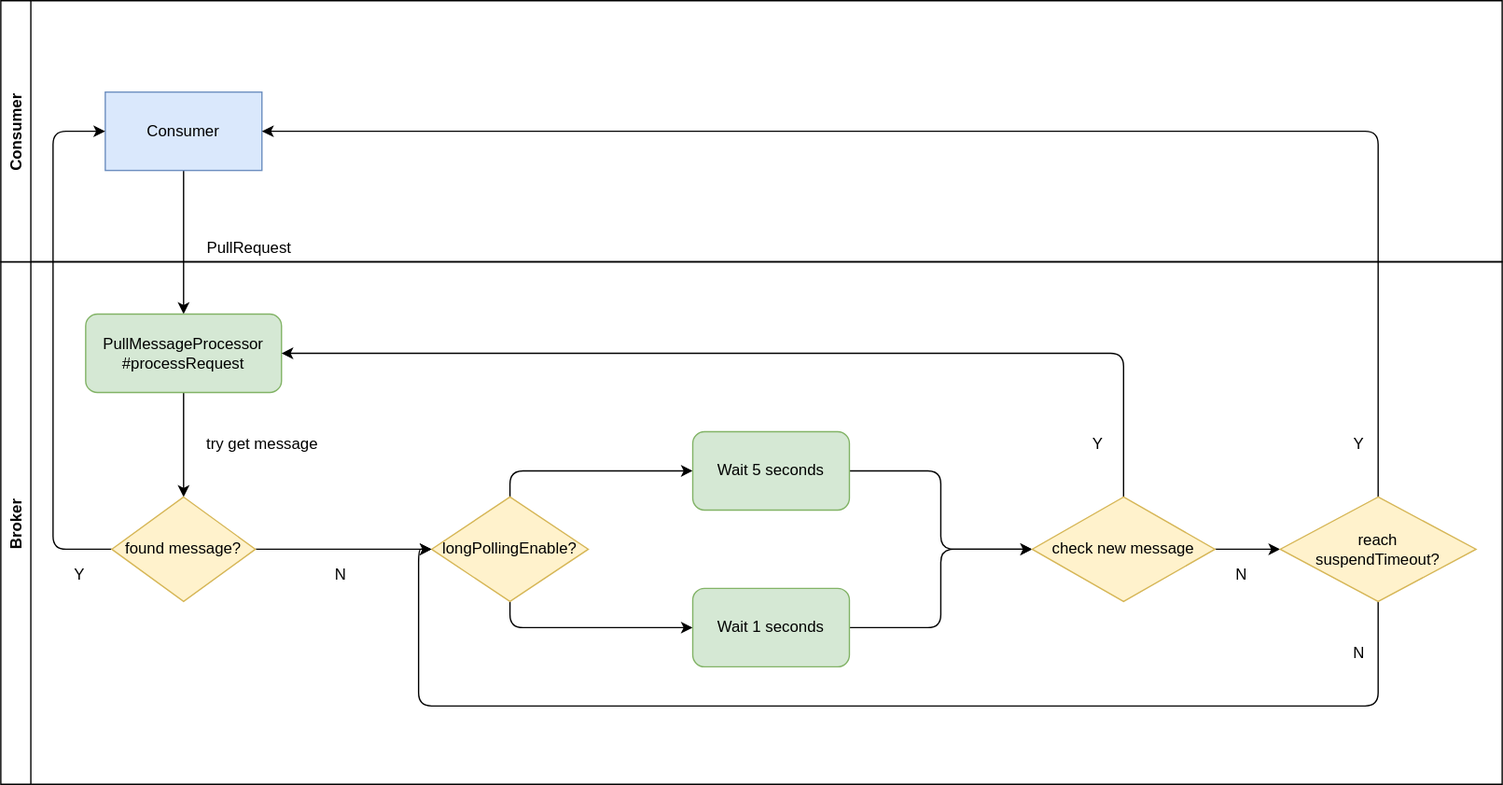
The draw.io diagram rocketmq/consume/long_polling_activity.drawio.svg in HScarb/drawio-diagrams, before a commit. Source tidied: cells renumbered, new cells last; positions are measured from the earlier drawing's top-left corner, leaving out a move shared by most shapes.
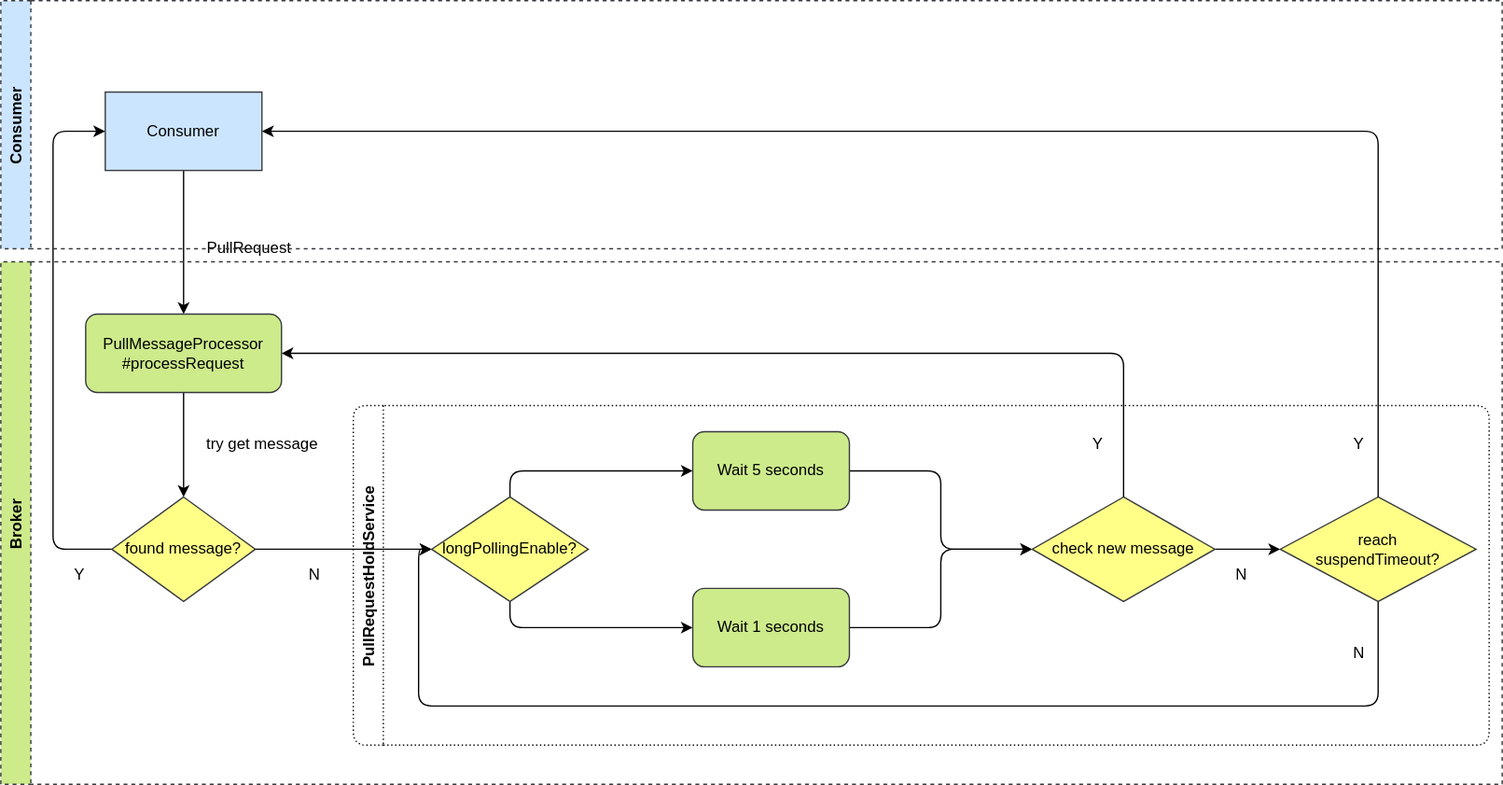
After the change.

Change to the diagram source:
```diff
@@ -5,7 +5,7 @@
     <mxCell id="2" style="edgeStyle=none;html=1;entryX=0.5;entryY=0;entryDx=0;entryDy=0;" parent="1" edge="1" source="3" target="15">
       <mxGeometry relative="1" as="geometry" />
     </mxCell>
-    <mxCell id="3" value="Consumer" style="rounded=0;whiteSpace=wrap;html=1;fillColor=#dae8fc;strokeColor=#6c8ebf;" parent="1" vertex="1">
+    <mxCell id="3" value="Consumer" style="rounded=0;whiteSpace=wrap;html=1;fillColor=#cce5ff;strokeColor=#36393d;" parent="1" vertex="1">
       <mxGeometry x="80" y="70" width="120" height="60" as="geometry" />
     </mxCell>
     <mxCell id="4" value="PullRequest" style="text;html=1;align=center;verticalAlign=middle;strokeColor=none;" parent="1" vertex="1">
@@ -22,15 +22,9 @@
         </Array>
       </mxGeometry>
     </mxCell>
-    <mxCell id="7" style="edgeStyle=orthogonalEdgeStyle;html=1;exitX=1;exitY=0.5;exitDx=0;exitDy=0;entryX=0;entryY=0.5;entryDx=0;entryDy=0;" parent="1" edge="1" source="8" target="14">
-      <mxGeometry relative="1" as="geometry" />
-    </mxCell>
-    <mxCell id="8" value="found message?" style="rhombus;whiteSpace=wrap;html=1;fillColor=#fff2cc;strokeColor=#d6b656;" parent="1" vertex="1">
+    <mxCell id="8" value="found message?" style="rhombus;whiteSpace=wrap;html=1;fillColor=#ffff88;strokeColor=#36393d;" parent="1" vertex="1">
       <mxGeometry x="85" y="380" width="110" height="80" as="geometry" />
     </mxCell>
-    <mxCell id="9" value="N" style="text;html=1;align=center;verticalAlign=middle;strokeColor=none;" parent="1" vertex="1">
-      <mxGeometry x="250" y="430" width="20" height="20" as="geometry" />
-    </mxCell>
     <mxCell id="10" value="try get message" style="text;html=1;align=center;verticalAlign=middle;strokeColor=none;" parent="1" vertex="1">
       <mxGeometry x="150" y="330" width="100" height="20" as="geometry" />
     </mxCell>
@@ -43,36 +37,28 @@
     <mxCell id="13" style="edgeStyle=orthogonalEdgeStyle;html=1;exitX=0.5;exitY=1;exitDx=0;exitDy=0;entryX=0;entryY=0.5;entryDx=0;entryDy=0;" parent="1" edge="1" source="14" target="19">
       <mxGeometry relative="1" as="geometry" />
     </mxCell>
-    <mxCell id="14" value="longPollingEnable?" style="rhombus;whiteSpace=wrap;html=1;fillColor=#fff2cc;strokeColor=#d6b656;" parent="1" vertex="1">
+    <mxCell id="14" value="longPollingEnable?" style="rhombus;whiteSpace=wrap;html=1;fillColor=#ffff88;strokeColor=#36393d;" parent="1" vertex="1">
       <mxGeometry x="330" y="380" width="120" height="80" as="geometry" />
     </mxCell>
-    <mxCell id="15" value="&lt;span&gt;PullMessageProcessor&lt;/span&gt;&lt;br&gt;&lt;span&gt;#processRequest&lt;/span&gt;" style="rounded=1;whiteSpace=wrap;html=1;fillColor=#d5e8d4;strokeColor=#82b366;" parent="1" vertex="1">
+    <mxCell id="15" value="&lt;span&gt;PullMessageProcessor&lt;/span&gt;&lt;br&gt;&lt;span&gt;#processRequest&lt;/span&gt;" style="rounded=1;whiteSpace=wrap;html=1;fillColor=#cdeb8b;strokeColor=#36393d;" parent="1" vertex="1">
       <mxGeometry x="65" y="240" width="150" height="60" as="geometry" />
     </mxCell>
     <mxCell id="16" style="edgeStyle=orthogonalEdgeStyle;html=1;exitX=1;exitY=0.5;exitDx=0;exitDy=0;entryX=0;entryY=0.5;entryDx=0;entryDy=0;" parent="1" edge="1" source="17" target="22">
       <mxGeometry relative="1" as="geometry" />
     </mxCell>
-    <mxCell id="17" value="Wait 5 seconds" style="rounded=1;whiteSpace=wrap;html=1;fillColor=#d5e8d4;strokeColor=#82b366;" parent="1" vertex="1">
+    <mxCell id="17" value="Wait 5 seconds" style="rounded=1;whiteSpace=wrap;html=1;fillColor=#cdeb8b;strokeColor=#36393d;" parent="1" vertex="1">
       <mxGeometry x="530" y="330" width="120" height="60" as="geometry" />
     </mxCell>
     <mxCell id="18" style="edgeStyle=orthogonalEdgeStyle;html=1;exitX=1;exitY=0.5;exitDx=0;exitDy=0;entryX=0;entryY=0.5;entryDx=0;entryDy=0;" parent="1" edge="1" source="19" target="22">
       <mxGeometry relative="1" as="geometry" />
     </mxCell>
-    <mxCell id="19" value="Wait 1 seconds" style="rounded=1;whiteSpace=wrap;html=1;fillColor=#d5e8d4;strokeColor=#82b366;" parent="1" vertex="1">
+    <mxCell id="19" value="Wait 1 seconds" style="rounded=1;whiteSpace=wrap;html=1;fillColor=#cdeb8b;strokeColor=#36393d;sketch=0;shadow=0;glass=0;" parent="1" vertex="1">
       <mxGeometry x="530" y="450" width="120" height="60" as="geometry" />
     </mxCell>
-    <mxCell id="20" style="edgeStyle=orthogonalEdgeStyle;html=1;entryX=1;entryY=0.5;entryDx=0;entryDy=0;" parent="1" edge="1" target="15">
-      <mxGeometry relative="1" as="geometry">
-        <mxPoint x="860" y="380" as="sourcePoint" />
-        <Array as="points">
-          <mxPoint x="860" y="270" />
-        </Array>
-      </mxGeometry>
-    </mxCell>
     <mxCell id="21" style="edgeStyle=orthogonalEdgeStyle;html=1;entryX=0;entryY=0.5;entryDx=0;entryDy=0;exitX=1;exitY=0.5;exitDx=0;exitDy=0;" parent="1" edge="1" source="22" target="27">
       <mxGeometry relative="1" as="geometry" />
     </mxCell>
-    <mxCell id="22" value="check new message" style="rhombus;whiteSpace=wrap;html=1;rounded=0;shadow=0;sketch=0;gradientDirection=south;fillColor=#fff2cc;strokeColor=#d6b656;" parent="1" vertex="1">
+    <mxCell id="22" value="check new message" style="rhombus;whiteSpace=wrap;html=1;rounded=0;shadow=0;sketch=0;gradientDirection=south;fillColor=#ffff88;strokeColor=#36393d;" parent="1" vertex="1">
       <mxGeometry x="790" y="380" width="140" height="80" as="geometry" />
     </mxCell>
     <mxCell id="23" value="Y" style="text;html=1;align=center;verticalAlign=middle;strokeColor=none;" parent="1" vertex="1">
@@ -90,10 +76,7 @@
         </Array>
       </mxGeometry>
     </mxCell>
-    <mxCell id="26" style="edgeStyle=orthogonalEdgeStyle;html=1;exitX=0.5;exitY=0;exitDx=0;exitDy=0;entryX=1;entryY=0.5;entryDx=0;entryDy=0;" parent="1" edge="1" source="27" target="3">
-      <mxGeometry relative="1" as="geometry" />
-    </mxCell>
-    <mxCell id="27" value="reach&lt;br&gt;suspendTimeout?" style="rhombus;whiteSpace=wrap;html=1;rounded=0;shadow=0;sketch=0;gradientDirection=south;fillColor=#fff2cc;strokeColor=#d6b656;" parent="1" vertex="1">
+    <mxCell id="27" value="reach&lt;br&gt;suspendTimeout?" style="rhombus;whiteSpace=wrap;html=1;rounded=0;shadow=0;sketch=0;gradientDirection=south;fillColor=#ffff88;strokeColor=#36393d;" parent="1" vertex="1">
       <mxGeometry x="980" y="380" width="150" height="80" as="geometry" />
     </mxCell>
     <mxCell id="28" value="N" style="text;html=1;align=center;verticalAlign=middle;strokeColor=none;" parent="1" vertex="1">
@@ -102,11 +85,31 @@
     <mxCell id="29" value="Y" style="text;html=1;align=center;verticalAlign=middle;strokeColor=none;" parent="1" vertex="1">
       <mxGeometry x="1030" y="330" width="20" height="20" as="geometry" />
     </mxCell>
-    <mxCell id="30" value="Broker" style="swimlane;horizontal=0;rounded=0;shadow=0;sketch=0;gradientDirection=south;" parent="1" vertex="1">
+    <mxCell id="30" value="Broker" style="swimlane;horizontal=0;rounded=0;shadow=0;sketch=0;gradientDirection=south;dashed=1;strokeWidth=1;fillColor=#cdeb8b;strokeColor=#36393d;" parent="1" vertex="1">
       <mxGeometry y="200" width="1150" height="400" as="geometry" />
     </mxCell>
+    <mxCell id="32" value="PullRequestHoldService" style="swimlane;horizontal=0;rounded=1;shadow=0;glass=0;dashed=1;sketch=0;strokeWidth=1;gradientDirection=south;dashPattern=1 2;" parent="30" vertex="1">
+      <mxGeometry x="270" y="110" width="870" height="260" as="geometry" />
+    </mxCell>
+    <mxCell id="9" value="N" style="text;html=1;align=center;verticalAlign=middle;strokeColor=none;" parent="30" vertex="1">
+      <mxGeometry x="230" y="230" width="20" height="20" as="geometry" />
+    </mxCell>
-    <mxCell id="31" value="Consumer" style="swimlane;horizontal=0;rounded=0;shadow=0;sketch=0;gradientDirection=south;" parent="1" vertex="1">
-      <mxGeometry width="1150" height="200" as="geometry" />
+    <mxCell id="31" value="Consumer" style="swimlane;horizontal=0;rounded=0;shadow=0;sketch=0;gradientDirection=south;dashed=1;fillColor=#cce5ff;strokeColor=#36393d;" parent="1" vertex="1">
+      <mxGeometry width="1150" height="190" as="geometry" />
     </mxCell>
+    <mxCell id="20" style="edgeStyle=orthogonalEdgeStyle;html=1;entryX=1;entryY=0.5;entryDx=0;entryDy=0;" parent="1" edge="1" target="15">
+      <mxGeometry relative="1" as="geometry">
+        <mxPoint x="860" y="380" as="sourcePoint" />
+        <Array as="points">
+          <mxPoint x="860" y="270" />
+        </Array>
+      </mxGeometry>
+    </mxCell>
+    <mxCell id="26" style="edgeStyle=orthogonalEdgeStyle;html=1;exitX=0.5;exitY=0;exitDx=0;exitDy=0;entryX=1;entryY=0.5;entryDx=0;entryDy=0;" parent="1" edge="1" source="27" target="3">
+      <mxGeometry relative="1" as="geometry" />
+    </mxCell>
+    <mxCell id="7" style="edgeStyle=orthogonalEdgeStyle;html=1;exitX=1;exitY=0.5;exitDx=0;exitDy=0;entryX=0;entryY=0.5;entryDx=0;entryDy=0;" parent="1" edge="1" source="8" target="14">
+      <mxGeometry relative="1" as="geometry" />
+    </mxCell>
   </root>
 </mxGraphModel>
```
